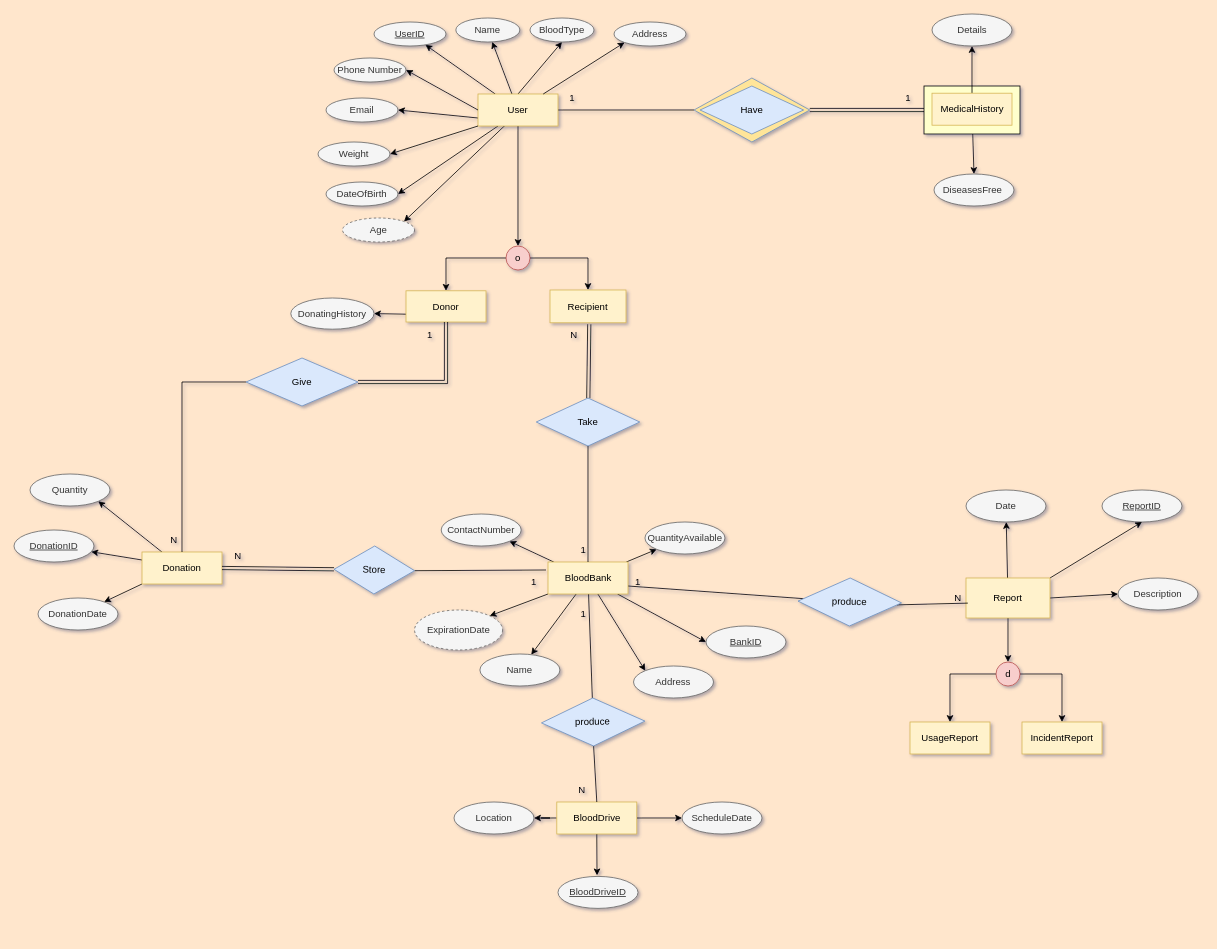
NawafSD/BloodDonationSystem keeps this draw.io diagram as EER Diagram/BloodDonationSystem.drawio. Above is the earlier version. Source tidied: cells renumbered, new cells numbered last; positions are measured from the earlier drawing's top-left corner, leaving out a move shared by most shapes. Both pictures are drawn from the tidied source at 80%, with x=0, y=0 at pixel (14, -129).
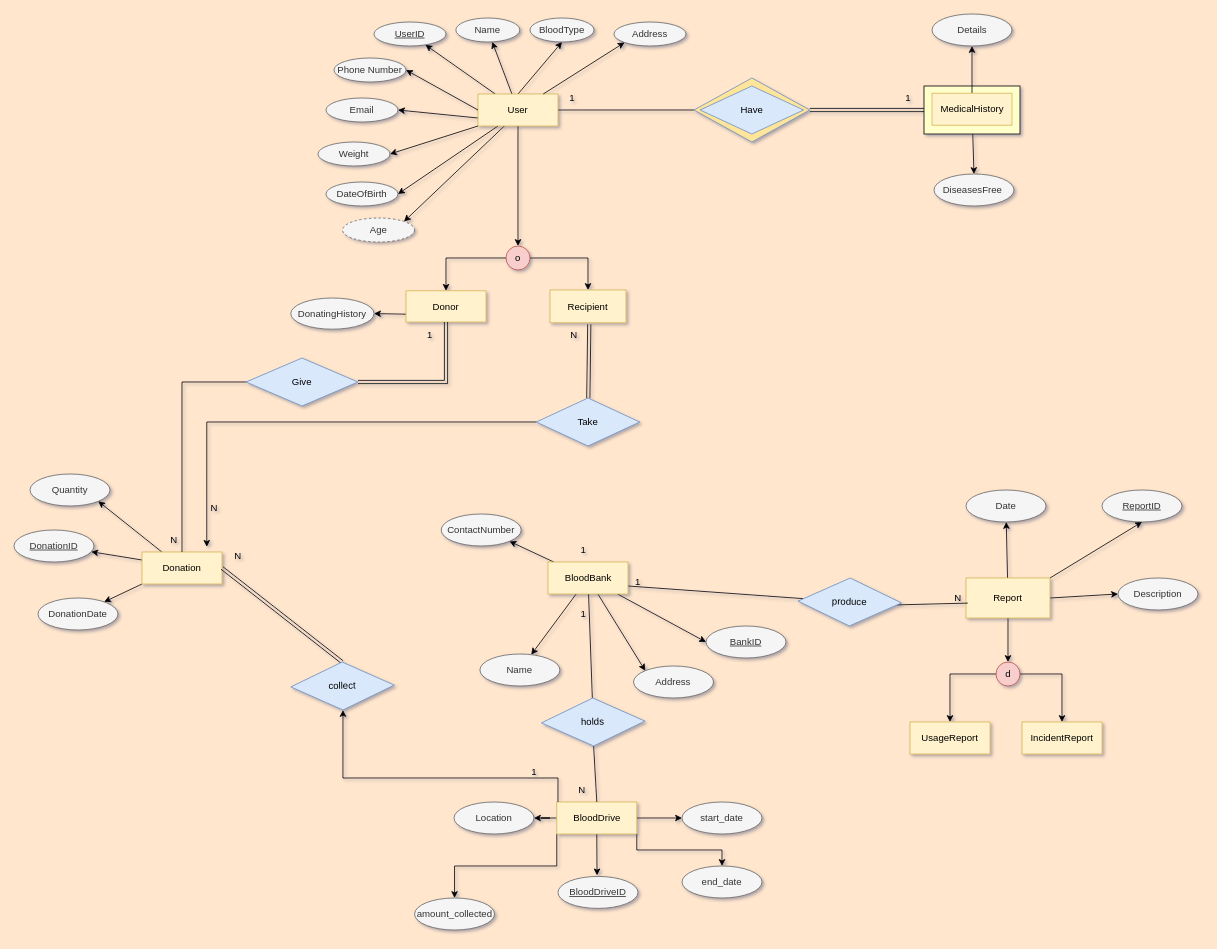
The same page after the edit.

The change refers to these unchanged cells:
```xml
<mxCell id="47" value="Donation" style="whiteSpace=wrap;html=1;align=center;fillColor=#fff2cc;strokeColor=#d6b656;direction=east;" parent="1" vertex="1">
  <mxGeometry x="160" y="850.5" width="100" height="40" as="geometry" />
</mxCell>
<mxCell id="68" value="BloodBank" style="whiteSpace=wrap;html=1;align=center;fillColor=#fff2cc;strokeColor=#d6b656;" parent="1" vertex="1">
  <mxGeometry x="667.5" y="863" width="100" height="40" as="geometry" />
</mxCell>
<mxCell id="76" value="BloodDrive" style="whiteSpace=wrap;html=1;align=center;fillColor=#fff2cc;strokeColor=#d6b656;" parent="1" vertex="1">
  <mxGeometry x="678.5" y="1163" width="100" height="40" as="geometry" />
</mxCell>
<mxCell id="90" value="Take" style="shape=rhombus;perimeter=rhombusPerimeter;whiteSpace=wrap;html=1;align=center;rotation=0;fillColor=#dae8fc;strokeColor=#6c8ebf;" parent="1" vertex="1">
  <mxGeometry x="652.8" y="658" width="129.4" height="60" as="geometry" />
</mxCell>
<mxCell id="95" value="N" style="text;html=1;strokeColor=none;fillColor=none;align=center;verticalAlign=middle;whiteSpace=wrap;rounded=0;" parent="1" vertex="1">
  <mxGeometry x="680" y="1133" width="60" height="30" as="geometry" />
</mxCell>
<mxCell id="99" value="N" style="text;html=1;strokeColor=none;fillColor=none;align=center;verticalAlign=middle;whiteSpace=wrap;rounded=0;" parent="1" vertex="1">
  <mxGeometry x="170" y="808" width="60" height="55" as="geometry" />
</mxCell>
```

Diff of the diagram source:
```diff
@@
-    <mxCell id="56" style="rounded=0;jettySize=auto;html=1;shape=link;exitX=0;exitY=0.5;exitDx=0;exitDy=0;entryX=1;entryY=0.5;entryDx=0;entryDy=0;" parent="1" edge="1" source="82" target="47">
+    <mxCell id="56" style="rounded=0;jettySize=auto;html=1;shape=link;exitX=0.5;exitY=0;exitDx=0;exitDy=0;entryX=1;entryY=0.5;entryDx=0;entryDy=0;" parent="1" edge="1" source="115" target="47">
       <mxGeometry relative="1" as="geometry" />
     </mxCell>
@@
-    <mxCell id="64" style="rounded=0;jettySize=auto;html=1;entryX=0;entryY=1;entryDx=0;entryDy=0;" parent="1" edge="1" source="68" target="80">
-      <mxGeometry relative="1" as="geometry" />
-    </mxCell>
@@
-    <mxCell id="67" style="rounded=0;jettySize=auto;html=1;exitX=0;exitY=1;exitDx=0;exitDy=0;entryX=1;entryY=0;entryDx=0;entryDy=0;" parent="1" edge="1" source="68" target="98">
-      <mxGeometry relative="1" as="geometry" />
-    </mxCell>
@@
+    <mxCell id="111" style="edgeStyle=orthogonalEdgeStyle;rounded=0;jettySize=auto;html=1;exitX=1;exitY=1;exitDx=0;exitDy=0;" parent="1" edge="1" source="76" target="114">
+      <mxGeometry relative="1" as="geometry" />
+    </mxCell>
+    <mxCell id="112" style="edgeStyle=orthogonalEdgeStyle;rounded=0;jettySize=auto;html=1;exitX=0;exitY=1;exitDx=0;exitDy=0;entryX=0.5;entryY=0;entryDx=0;entryDy=0;" parent="1" edge="1" source="76" target="118">
+      <mxGeometry relative="1" as="geometry" />
+    </mxCell>
@@
-    <mxCell id="79" value="ScheduleDate" style="ellipse;whiteSpace=wrap;html=1;align=center;fillColor=#f5f5f5;strokeColor=#666666;fontColor=#333333;" parent="1" vertex="1">
+    <mxCell id="79" value="start_date" style="ellipse;whiteSpace=wrap;html=1;align=center;fillColor=#f5f5f5;strokeColor=#666666;fontColor=#333333;" parent="1" vertex="1">
       <mxGeometry x="835" y="1163" width="100" height="40" as="geometry" />
     </mxCell>
-    <mxCell id="80" value="QuantityAvailable" style="ellipse;whiteSpace=wrap;html=1;align=center;fillColor=#f5f5f5;strokeColor=#666666;fontColor=#333333;" parent="1" vertex="1">
-      <mxGeometry x="788.7" y="813" width="100" height="40" as="geometry" />
-    </mxCell>
-    <mxCell id="81" style="rounded=0;jettySize=auto;html=1;entryX=0.75;entryY=0;entryDx=0;entryDy=0;endArrow=none;endFill=0;exitX=1;exitY=0.5;exitDx=0;exitDy=0;" parent="1" edge="1" source="82" target="91">
-      <mxGeometry relative="1" as="geometry" />
-    </mxCell>
-    <mxCell id="82" value="Store" style="shape=rhombus;perimeter=rhombusPerimeter;whiteSpace=wrap;html=1;align=center;rotation=1;fillColor=#dae8fc;strokeColor=#6c8ebf;" parent="1" vertex="1">
-      <mxGeometry x="400" y="843" width="100.7" height="60" as="geometry" />
-    </mxCell>
@@
-    <mxCell id="84" value="produce" style="shape=rhombus;perimeter=rhombusPerimeter;whiteSpace=wrap;html=1;align=center;rotation=-1;fillColor=#dae8fc;strokeColor=#6c8ebf;" parent="1" vertex="1">
+    <mxCell id="84" value="holds" style="shape=rhombus;perimeter=rhombusPerimeter;whiteSpace=wrap;html=1;align=center;rotation=-1;fillColor=#dae8fc;strokeColor=#6c8ebf;" parent="1" vertex="1">
       <mxGeometry x="659.3" y="1033" width="129.4" height="60" as="geometry" />
     </mxCell>
@@
-    <mxCell id="89" style="rounded=0;jettySize=auto;html=1;exitX=0.5;exitY=0;exitDx=0;exitDy=0;endArrow=none;endFill=0;entryX=0.5;entryY=1;entryDx=0;entryDy=0;" parent="1" edge="1" source="68" target="90">
-      <mxGeometry relative="1" as="geometry" />
-    </mxCell>
@@
-    <mxCell id="91" value="1" style="text;html=1;strokeColor=none;fillColor=none;align=center;verticalAlign=middle;whiteSpace=wrap;rounded=0;" parent="1" vertex="1">
-      <mxGeometry x="620" y="873" width="60" height="30" as="geometry" />
-    </mxCell>
@@
+    <mxCell id="113" style="edgeStyle=orthogonalEdgeStyle;rounded=0;jettySize=auto;html=1;exitX=0;exitY=1;exitDx=0;exitDy=0;entryX=0.5;entryY=1;entryDx=0;entryDy=0;" parent="1" edge="1" source="95" target="115">
+      <mxGeometry relative="1" as="geometry">
+        <Array as="points">
+          <mxPoint x="680" y="1133" />
+          <mxPoint x="411" y="1133" />
+        </Array>
+      </mxGeometry>
+    </mxCell>
@@
-    <mxCell id="98" value="ExpirationDate" style="ellipse;whiteSpace=wrap;html=1;align=center;dashed=1;fillColor=#f5f5f5;strokeColor=#666666;fontColor=#333333;" parent="1" vertex="1">
-      <mxGeometry x="500.7" y="923" width="110" height="50" as="geometry" />
-    </mxCell>
@@
+    <mxCell id="114" value="end_date" style="ellipse;whiteSpace=wrap;html=1;align=center;fillColor=#f5f5f5;strokeColor=#666666;fontColor=#333333;" parent="1" vertex="1">
+      <mxGeometry x="835" y="1243" width="100" height="40" as="geometry" />
+    </mxCell>
+    <mxCell id="115" value="collect" style="shape=rhombus;perimeter=rhombusPerimeter;whiteSpace=wrap;html=1;align=center;rotation=-1;fillColor=#dae8fc;strokeColor=#6c8ebf;" parent="1" vertex="1">
+      <mxGeometry x="346" y="988" width="129.4" height="60" as="geometry" />
+    </mxCell>
+    <mxCell id="91" value="1" style="text;html=1;align=center;verticalAlign=middle;points=[];strokeColor=none;fillColor=none;" parent="1" vertex="1">
+      <mxGeometry x="635" y="1111" width="30" height="30" as="geometry" />
+    </mxCell>
+    <mxCell id="116" style="edgeStyle=orthogonalEdgeStyle;rounded=0;jettySize=auto;html=1;exitX=0;exitY=0.5;exitDx=0;exitDy=0;entryX=1.183;entryY=0.655;entryDx=0;entryDy=0;entryPerimeter=0;" parent="1" edge="1" source="90" target="99">
+      <mxGeometry relative="1" as="geometry" />
+    </mxCell>
+    <mxCell id="117" value="N" style="text;html=1;align=center;verticalAlign=middle;strokeColor=none;fillColor=none;" parent="1" vertex="1">
+      <mxGeometry x="235" y="781" width="30" height="30" as="geometry" />
+    </mxCell>
+    <mxCell id="118" value="amount_collected" style="ellipse;whiteSpace=wrap;html=1;align=center;fillColor=#f5f5f5;strokeColor=#666666;fontColor=#333333;" parent="1" vertex="1">
+      <mxGeometry x="500.7" y="1283" width="100" height="40" as="geometry" />
+    </mxCell>
```
